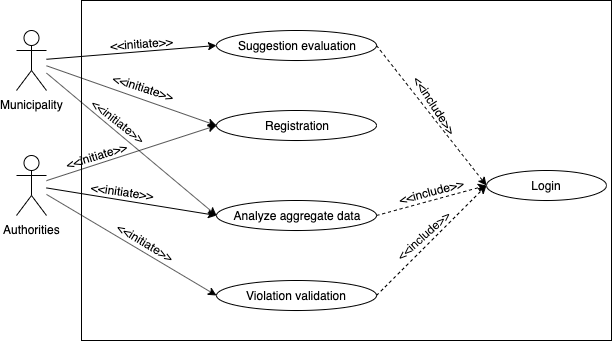
Above: Documentation/RASD/Images/UML/UseCaseThirdParty.png in AndreaFalanti/FalantiHuang-SwEngineering2 (draw.io), before the change. Source tidied: cells renumbered, new cells last; positions are measured from the earlier drawing's top-left corner, leaving out a move shared by most shapes.
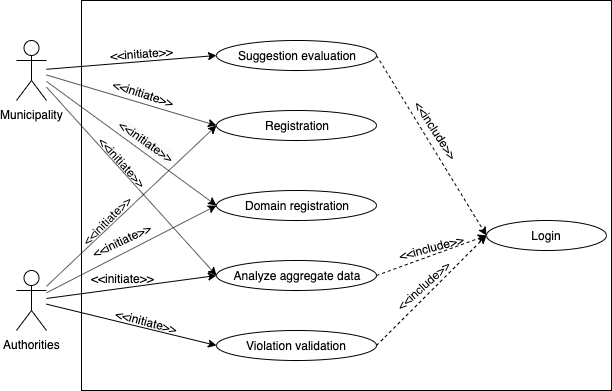
After the commit.

Commit message:
[RASD] add domain registration use case, [DD] update db

Change to the diagram source:
```diff
@@ -3,20 +3,20 @@
     <mxCell id="0" />
     <mxCell id="1" parent="0" />
     <mxCell id="2" style="rounded=0;whiteSpace=wrap;html=1;fillColor=none;labelBackgroundColor=none;" parent="1" vertex="1">
-      <mxGeometry x="65" width="530" height="340" as="geometry" />
+      <mxGeometry x="65" y="-50" width="530" height="390" as="geometry" />
     </mxCell>
     <mxCell id="3" style="rounded=0;jettySize=auto;html=1;entryX=0;entryY=0.5;entryDx=0;entryDy=0;labelBackgroundColor=none;" parent="1" edge="1" source="9" target="11">
       <mxGeometry relative="1" as="geometry" />
     </mxCell>
-    <mxCell id="4" value="&amp;lt;&amp;lt;initiate&amp;gt;&amp;gt;" style="text;html=1;align=center;verticalAlign=middle;labelBackgroundColor=none;rotation=343;" parent="3" vertex="1">
+    <mxCell id="4" value="&amp;lt;&amp;lt;initiate&amp;gt;&amp;gt;" style="text;html=1;align=center;verticalAlign=middle;labelBackgroundColor=none;rotation=-45;" parent="3" vertex="1">
       <mxGeometry x="0.08" y="3" relative="1" as="geometry">
-        <mxPoint x="-41.5" y="7.5" as="offset" />
+        <mxPoint x="-30.2" y="23.6" as="offset" />
       </mxGeometry>
     </mxCell>
     <mxCell id="5" style="edgeStyle=none;rounded=0;jettySize=auto;html=1;entryX=0;entryY=0.5;entryDx=0;entryDy=0;labelBackgroundColor=none;" parent="1" edge="1" source="9" target="14">
       <mxGeometry relative="1" as="geometry" />
     </mxCell>
-    <mxCell id="6" value="&amp;lt;&amp;lt;initiate&amp;gt;&amp;gt;" style="text;html=1;align=center;verticalAlign=middle;labelBackgroundColor=none;rotation=8;" parent="5" vertex="1">
+    <mxCell id="6" value="&amp;lt;&amp;lt;initiate&amp;gt;&amp;gt;" style="text;html=1;align=center;verticalAlign=middle;labelBackgroundColor=none;rotation=0;" parent="5" vertex="1">
       <mxGeometry x="-0.06" relative="1" as="geometry">
         <mxPoint x="-4" y="-10" as="offset" />
       </mxGeometry>
@@ -24,19 +24,24 @@
     <mxCell id="7" style="rounded=0;jettySize=auto;html=1;entryX=0;entryY=0.5;entryDx=0;entryDy=0;labelBackgroundColor=none;" parent="1" edge="1" source="9" target="17">
       <mxGeometry relative="1" as="geometry" />
     </mxCell>
-    <mxCell id="8" value="&amp;lt;&amp;lt;initiate&amp;gt;&amp;gt;" style="text;html=1;align=center;verticalAlign=middle;labelBackgroundColor=none;rotation=31;" parent="7" vertex="1">
+    <mxCell id="8" value="&amp;lt;&amp;lt;initiate&amp;gt;&amp;gt;" style="text;html=1;align=center;verticalAlign=middle;labelBackgroundColor=none;rotation=15;" parent="7" vertex="1">
       <mxGeometry x="-0.06" y="2" relative="1" as="geometry">
-        <mxPoint x="18" y="2" as="offset" />
+        <mxPoint x="19.9" y="-1.1" as="offset" />
       </mxGeometry>
     </mxCell>
+    <mxCell id="30" style="edgeStyle=none;rounded=0;jettySize=auto;html=1;entryX=0;entryY=0.5;entryDx=0;entryDy=0;" parent="1" edge="1" source="9" target="33">
+      <mxGeometry x="0.14" y="14" relative="1" as="geometry">
+        <mxPoint x="-1" as="offset" />
+      </mxGeometry>
+    </mxCell>
     <mxCell id="9" value="Authorities" style="shape=umlActor;verticalLabelPosition=bottom;labelBackgroundColor=none;verticalAlign=top;html=1;outlineConnect=0;" parent="1" vertex="1">
-      <mxGeometry y="155" width="30" height="60" as="geometry" />
+      <mxGeometry y="220" width="30" height="60" as="geometry" />
     </mxCell>
     <mxCell id="10" value="Login" style="ellipse;whiteSpace=wrap;html=1;fillColor=none;labelBackgroundColor=none;" parent="1" vertex="1">
       <mxGeometry x="470" y="170" width="120" height="30" as="geometry" />
     </mxCell>
     <mxCell id="11" value="Registration" style="ellipse;whiteSpace=wrap;html=1;fillColor=none;labelBackgroundColor=none;" parent="1" vertex="1">
-      <mxGeometry x="200" y="110" width="160" height="30" as="geometry" />
+      <mxGeometry x="200" y="60" width="160" height="30" as="geometry" />
     </mxCell>
     <mxCell id="12" style="edgeStyle=none;rounded=0;jettySize=auto;html=1;entryX=0;entryY=0.5;entryDx=0;entryDy=0;dashed=1;exitX=1;exitY=0.5;exitDx=0;exitDy=0;labelBackgroundColor=none;" parent="1" edge="1" source="14" target="10">
       <mxGeometry relative="1" as="geometry" />
@@ -47,7 +52,7 @@
       </mxGeometry>
     </mxCell>
     <mxCell id="14" value="Analyze aggregate data" style="ellipse;whiteSpace=wrap;html=1;fillColor=none;labelBackgroundColor=none;" parent="1" vertex="1">
-      <mxGeometry x="200" y="200" width="160" height="30" as="geometry" />
+      <mxGeometry x="200" y="210" width="160" height="30" as="geometry" />
     </mxCell>
     <mxCell id="15" style="edgeStyle=none;rounded=0;jettySize=auto;html=1;entryX=0;entryY=0.5;entryDx=0;entryDy=0;dashed=1;exitX=1;exitY=0.5;exitDx=0;exitDy=0;labelBackgroundColor=none;" parent="1" edge="1" source="17" target="10">
       <mxGeometry relative="1" as="geometry" />
@@ -79,8 +84,16 @@
     <mxCell id="22" style="rounded=0;jettySize=auto;html=1;entryX=0;entryY=0.5;entryDx=0;entryDy=0;" parent="1" edge="1" source="23" target="14">
       <mxGeometry relative="1" as="geometry" />
     </mxCell>
+    <mxCell id="31" style="rounded=0;jettySize=auto;html=1;entryX=0;entryY=0.5;entryDx=0;entryDy=0;" parent="1" edge="1" source="23" target="33">
+      <mxGeometry relative="1" as="geometry" />
+    </mxCell>
+    <mxCell id="32" value="&lt;span style=&quot;background-color: rgb(248 , 249 , 250)&quot;&gt;&amp;lt;&amp;lt;initiate&amp;gt;&amp;gt;&lt;/span&gt;" style="text;html=1;align=center;verticalAlign=middle;labelBackgroundColor=#ffffff;rotation=35;" parent="31" vertex="1">
+      <mxGeometry x="-0.02" y="1" relative="1" as="geometry">
+        <mxPoint x="16.2" y="-0.8" as="offset" />
+      </mxGeometry>
+    </mxCell>
     <mxCell id="23" value="Municipality" style="shape=umlActor;verticalLabelPosition=bottom;labelBackgroundColor=none;verticalAlign=top;html=1;outlineConnect=0;" parent="1" vertex="1">
-      <mxGeometry y="30" width="30" height="60" as="geometry" />
+      <mxGeometry y="-10" width="30" height="60" as="geometry" />
     </mxCell>
     <mxCell id="24" style="edgeStyle=none;rounded=0;orthogonalLoop=1;jettySize=auto;html=1;entryX=1;entryY=0.5;entryDx=0;entryDy=0;labelBackgroundColor=none;" parent="1" edge="1">
       <mxGeometry relative="1" as="geometry">
@@ -99,12 +112,18 @@
       </mxGeometry>
     </mxCell>
     <mxCell id="28" value="Suggestion evaluation" style="ellipse;whiteSpace=wrap;html=1;fillColor=none;labelBackgroundColor=none;" parent="1" vertex="1">
-      <mxGeometry x="200" y="30" width="160" height="30" as="geometry" />
+      <mxGeometry x="200" y="-10" width="160" height="30" as="geometry" />
     </mxCell>
-    <mxCell id="29" value="&amp;lt;&amp;lt;initiate&amp;gt;&amp;gt;" style="text;html=1;align=center;verticalAlign=middle;labelBackgroundColor=none;rotation=38;" parent="1" vertex="1">
-      <mxGeometry x="139.8" y="139.9" as="geometry">
+    <mxCell id="29" value="&amp;lt;&amp;lt;initiate&amp;gt;&amp;gt;" style="text;html=1;align=center;verticalAlign=middle;labelBackgroundColor=none;rotation=48;" parent="1" vertex="1">
+      <mxGeometry x="139.8" y="137" as="geometry">
         <mxPoint x="-41.5" y="7.5" as="offset" />
       </mxGeometry>
     </mxCell>
+    <mxCell id="33" value="Domain registration" style="ellipse;whiteSpace=wrap;html=1;fillColor=none;labelBackgroundColor=none;" parent="1" vertex="1">
+      <mxGeometry x="200" y="140" width="160" height="30" as="geometry" />
+    </mxCell>
+    <mxCell id="34" value="&amp;lt;&amp;lt;initiate&amp;gt;&amp;gt;" style="text;html=1;align=center;verticalAlign=middle;rotation=-25;" parent="1" vertex="1">
+      <mxGeometry x="65" y="180" width="80" height="20" as="geometry" />
+    </mxCell>
   </root>
 </mxGraphModel>
```
